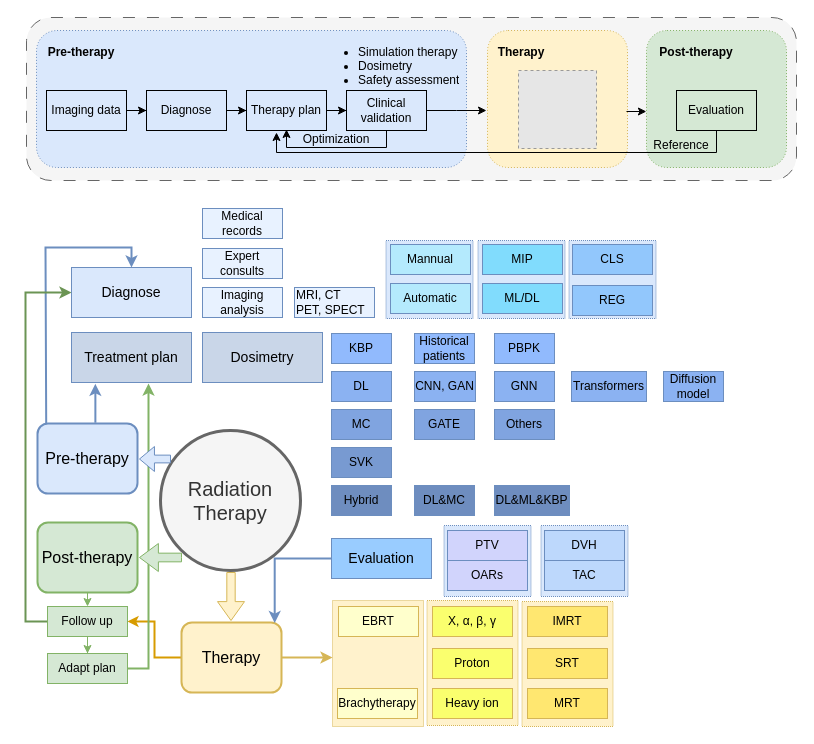
The draw.io diagram page "radiation therapy" (4 of 5) of Fig_CS/source-file/work_treatment.drawio in jizhang02/Figure-Factory, before the edit. Source tidied: cells renumbered, new cells numbered last; positions are measured from the earlier drawing's top-left corner, leaving out a move shared by most shapes. Both pictures are drawn from the tidied source at 100%, with x=0, y=0 at pixel (25, 17). Pictures stored in the file or linked from it are replaced by grey dashed boxes.
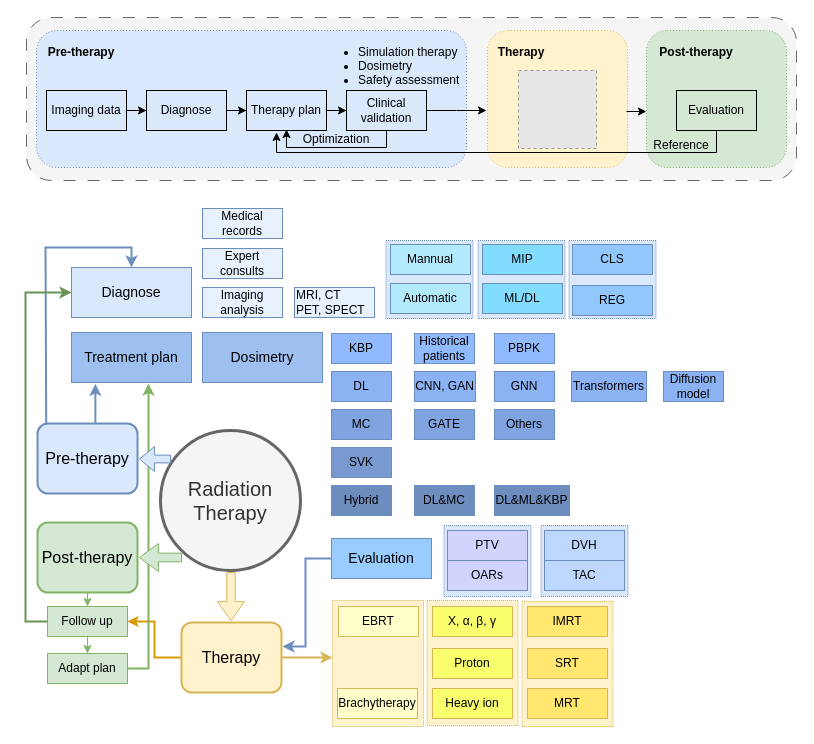
The same page after the edit.

Unchanged cells that the change refers to:
```xml
<mxCell id="38" value="Therapy" style="rounded=1;whiteSpace=wrap;html=1;fontSize=16;strokeWidth=2;fillColor=#fff2cc;strokeColor=#d6b656;" parent="1" vertex="1">
  <mxGeometry x="156" y="605" width="100" height="70" as="geometry" />
</mxCell>
<mxCell id="67" value="Evaluation" style="rounded=0;whiteSpace=wrap;html=1;fontSize=14;fillColor=#99CCFF;strokeColor=#6c8ebf;" parent="1" vertex="1">
  <mxGeometry x="306" y="521" width="100" height="40" as="geometry" />
</mxCell>
```

What changed in the source:
```diff
@@
-    <mxCell id="57" value="Treatment plan" style="rounded=0;whiteSpace=wrap;html=1;fontSize=14;fillColor=#C9D6E8;strokeColor=#6c8ebf;" parent="1" vertex="1">
+    <mxCell id="57" value="Treatment plan" style="rounded=0;whiteSpace=wrap;html=1;fontSize=14;fillColor=#9ec0f0;strokeColor=#6c8ebf;" parent="1" vertex="1">
       <mxGeometry x="46" y="315" width="120" height="50" as="geometry" />
     </mxCell>
@@
-    <mxCell id="59" value="Dosimetry" style="rounded=0;whiteSpace=wrap;html=1;fontSize=14;fillColor=#c9d6e8;strokeColor=#6c8ebf;" parent="1" vertex="1">
+    <mxCell id="59" value="Dosimetry" style="rounded=0;whiteSpace=wrap;html=1;fontSize=14;fillColor=#9ec0f0;strokeColor=#6c8ebf;" parent="1" vertex="1">
       <mxGeometry x="177" y="315" width="120" height="50" as="geometry" />
     </mxCell>
@@
-    <mxCell id="91" style="edgeStyle=orthogonalEdgeStyle;rounded=0;jettySize=auto;html=1;entryX=0.932;entryY=0.008;entryDx=0;entryDy=0;entryPerimeter=0;fillColor=#dae8fc;strokeColor=#6c8ebf;strokeWidth=2;" parent="1" edge="1" source="67" target="38">
-      <mxGeometry relative="1" as="geometry" />
+    <mxCell id="91" style="edgeStyle=orthogonalEdgeStyle;rounded=0;jettySize=auto;html=1;fillColor=#dae8fc;strokeColor=#6c8ebf;strokeWidth=2;" parent="1" edge="1" source="67">
+      <mxGeometry relative="1" as="geometry">
+        <mxPoint x="257" y="629" as="targetPoint" />
+        <Array as="points">
+          <mxPoint x="280" y="541" />
+          <mxPoint x="280" y="629" />
+          <mxPoint x="256" y="629" />
+        </Array>
+      </mxGeometry>
     </mxCell>
```
